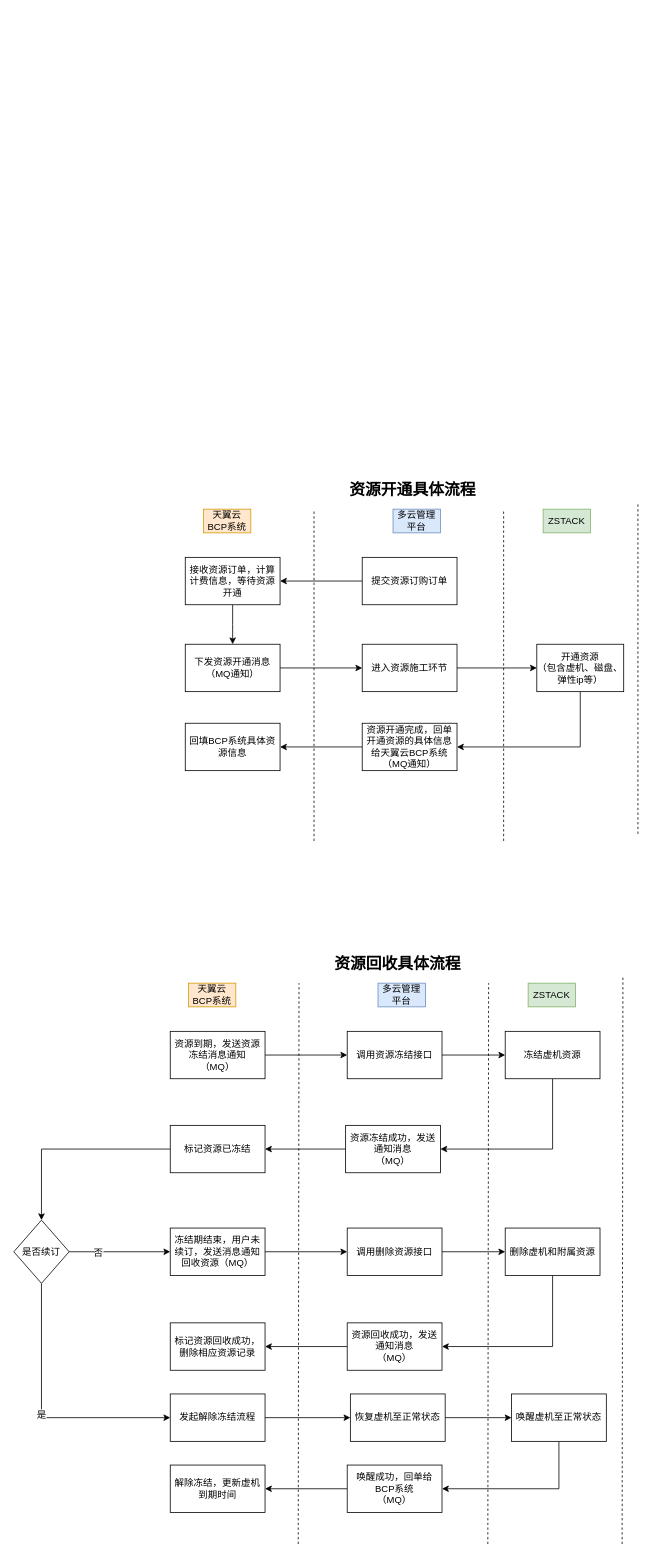
Earlier version of the draw.io diagram CTyun.drawio (link-yuml/diagrams). Source tidied: cells renumbered, new cells numbered last; positions are measured from the earlier drawing's top-left corner, leaving out a move shared by most shapes. Both pictures are drawn from the tidied source at 79%, with x=0, y=0 at pixel (13, 477).
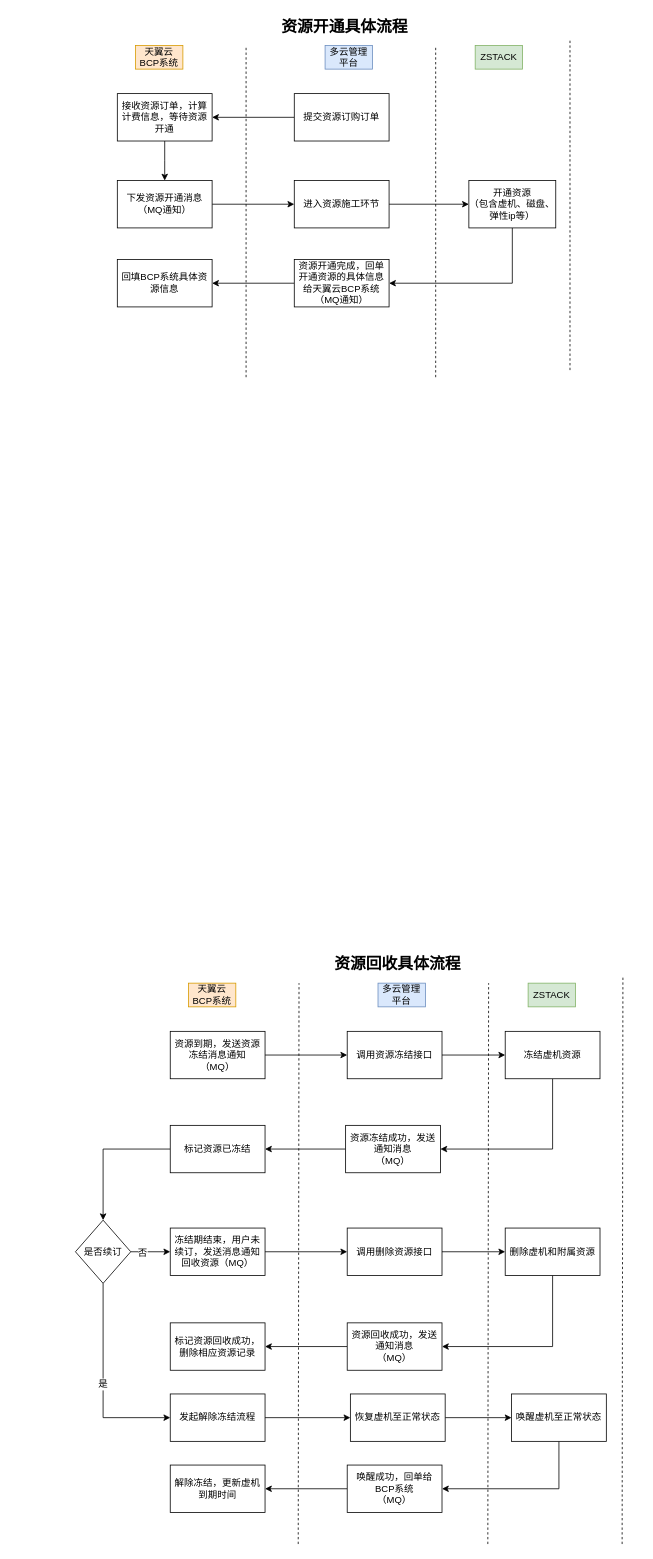
Above is the later version.

The change refers to these unchanged cells:
```xml
<mxCell id="53" value="发起解除冻结流程" style="rounded=0;whiteSpace=wrap;html=1;fontSize=12;" parent="1" vertex="1">
  <mxGeometry x="198" y="1160" width="120" height="60" as="geometry" />
</mxCell>
```

The edit, as a diff of the source:
```diff
@@
     <mxCell id="2" style="edgeStyle=orthogonalEdgeStyle;rounded=0;jettySize=auto;html=1;" parent="1" edge="1" source="3">
       <mxGeometry relative="1" as="geometry">
-        <mxPoint x="277" y="211" as="targetPoint" />
+        <mxPoint x="191" y="-376" as="targetPoint" />
       </mxGeometry>
     </mxCell>
     <mxCell id="3" value="接收资源订单，计算计费信息，等待资源开通" style="rounded=0;whiteSpace=wrap;html=1;" parent="1" vertex="1">
-      <mxGeometry x="217" y="101" width="120" height="60" as="geometry" />
+      <mxGeometry x="131" y="-486" width="120" height="60" as="geometry" />
     </mxCell>
@@
     <mxCell id="5" value="提交资源订购订单" style="rounded=0;whiteSpace=wrap;html=1;" parent="1" vertex="1">
-      <mxGeometry x="441" y="101" width="120" height="60" as="geometry" />
+      <mxGeometry x="355" y="-486" width="120" height="60" as="geometry" />
     </mxCell>
     <mxCell id="6" style="endArrow=none;dashed=1;html=1;rounded=0;" parent="1" edge="1">
       <mxGeometry relative="1" as="geometry">
-        <mxPoint x="380" y="460" as="sourcePoint" />
-        <mxPoint x="380" y="40" as="targetPoint" />
+        <mxPoint x="294" y="-127" as="sourcePoint" />
+        <mxPoint x="294" y="-547" as="targetPoint" />
       </mxGeometry>
     </mxCell>
     <mxCell id="7" style="endArrow=none;dashed=1;html=1;rounded=0;" parent="1" edge="1">
       <mxGeometry relative="1" as="geometry">
-        <mxPoint x="620" y="460" as="sourcePoint" />
-        <mxPoint x="620" y="40" as="targetPoint" />
+        <mxPoint x="534" y="-127" as="sourcePoint" />
+        <mxPoint x="534" y="-547" as="targetPoint" />
       </mxGeometry>
     </mxCell>
     <mxCell id="8" style="endArrow=none;dashed=1;html=1;rounded=0;" parent="1" edge="1">
       <mxGeometry relative="1" as="geometry">
-        <mxPoint x="790" y="451" as="sourcePoint" />
-        <mxPoint x="790" y="31" as="targetPoint" />
+        <mxPoint x="704" y="-136" as="sourcePoint" />
+        <mxPoint x="704" y="-556" as="targetPoint" />
       </mxGeometry>
     </mxCell>
     <mxCell id="9" value="天翼云BCP系统" style="text;html=1;strokeColor=#d79b00;fillColor=#ffe6cc;align=center;verticalAlign=middle;whiteSpace=wrap;rounded=0;" parent="1" vertex="1">
-      <mxGeometry x="240" y="40" width="60" height="30" as="geometry" />
+      <mxGeometry x="154" y="-547" width="60" height="30" as="geometry" />
     </mxCell>
     <mxCell id="10" value="多云管理平台" style="text;html=1;strokeColor=#6c8ebf;fillColor=#dae8fc;align=center;verticalAlign=middle;whiteSpace=wrap;rounded=0;" parent="1" vertex="1">
-      <mxGeometry x="480" y="40" width="60" height="30" as="geometry" />
+      <mxGeometry x="394" y="-547" width="60" height="30" as="geometry" />
     </mxCell>
     <mxCell id="11" value="ZSTACK" style="text;html=1;strokeColor=#82b366;fillColor=#d5e8d4;align=center;verticalAlign=middle;whiteSpace=wrap;rounded=0;" parent="1" vertex="1">
-      <mxGeometry x="670" y="40" width="60" height="30" as="geometry" />
+      <mxGeometry x="584" y="-547" width="60" height="30" as="geometry" />
     </mxCell>
@@
     <mxCell id="13" value="进入资源施工环节" style="rounded=0;whiteSpace=wrap;html=1;" parent="1" vertex="1">
-      <mxGeometry x="441" y="211" width="120" height="60" as="geometry" />
+      <mxGeometry x="355" y="-376" width="120" height="60" as="geometry" />
     </mxCell>
@@
     <mxCell id="15" value="下发资源开通消息（MQ通知）" style="rounded=0;whiteSpace=wrap;html=1;" parent="1" vertex="1">
-      <mxGeometry x="217" y="211" width="120" height="60" as="geometry" />
+      <mxGeometry x="131" y="-376" width="120" height="60" as="geometry" />
     </mxCell>
@@
     <mxCell id="17" value="开通资源&lt;br&gt;（包含虚机、磁盘、弹性ip等）" style="rounded=0;whiteSpace=wrap;html=1;" parent="1" vertex="1">
-      <mxGeometry x="662" y="211" width="110" height="60" as="geometry" />
+      <mxGeometry x="576" y="-376" width="110" height="60" as="geometry" />
     </mxCell>
@@
     <mxCell id="19" value="资源开通完成，回单开通资源的具体信息&lt;br&gt;给天翼云BCP系统（MQ通知）" style="rounded=0;whiteSpace=wrap;html=1;" parent="1" vertex="1">
-      <mxGeometry x="441" y="311" width="120" height="60" as="geometry" />
+      <mxGeometry x="355" y="-276" width="120" height="60" as="geometry" />
     </mxCell>
     <mxCell id="20" value="回填BCP系统具体资源信息" style="whiteSpace=wrap;html=1;rounded=0;" parent="1" vertex="1">
-      <mxGeometry x="217" y="311" width="120" height="60" as="geometry" />
+      <mxGeometry x="131" y="-276" width="120" height="60" as="geometry" />
     </mxCell>
     <mxCell id="21" value="&lt;b&gt;&lt;font style=&quot;font-size: 20px&quot;&gt;资源开通具体流程&lt;/font&gt;&lt;/b&gt;" style="text;html=1;strokeColor=none;fillColor=none;align=center;verticalAlign=middle;whiteSpace=wrap;rounded=0;" parent="1" vertex="1">
-      <mxGeometry x="410" width="190" height="30" as="geometry" />
+      <mxGeometry x="324" y="-587" width="190" height="30" as="geometry" />
     </mxCell>
@@
-    <mxCell id="50" value="是" style="edgeStyle=orthogonalEdgeStyle;rounded=0;jettySize=auto;html=1;fontSize=12;entryX=0;entryY=0.5;entryDx=0;entryDy=0;" parent="1" edge="1" source="51" target="53">
+    <mxCell id="50" value="是" style="edgeStyle=orthogonalEdgeStyle;rounded=0;jettySize=auto;html=1;fontSize=12;entryX=0;entryY=0.5;entryDx=0;entryDy=0;exitX=0.5;exitY=1;exitDx=0;exitDy=0;" parent="1" edge="1" source="51" target="53">
       <mxGeometry relative="1" as="geometry">
         <Array as="points">
-          <mxPoint x="35" y="1190" />
+          <mxPoint x="113" y="1190" />
         </Array>
       </mxGeometry>
     </mxCell>
     <mxCell id="51" value="是否续订" style="rhombus;whiteSpace=wrap;html=1;fontSize=12;" parent="1" vertex="1">
-      <mxGeometry y="940" width="70" height="80" as="geometry" />
+      <mxGeometry x="78" y="940" width="70" height="80" as="geometry" />
     </mxCell>
```
